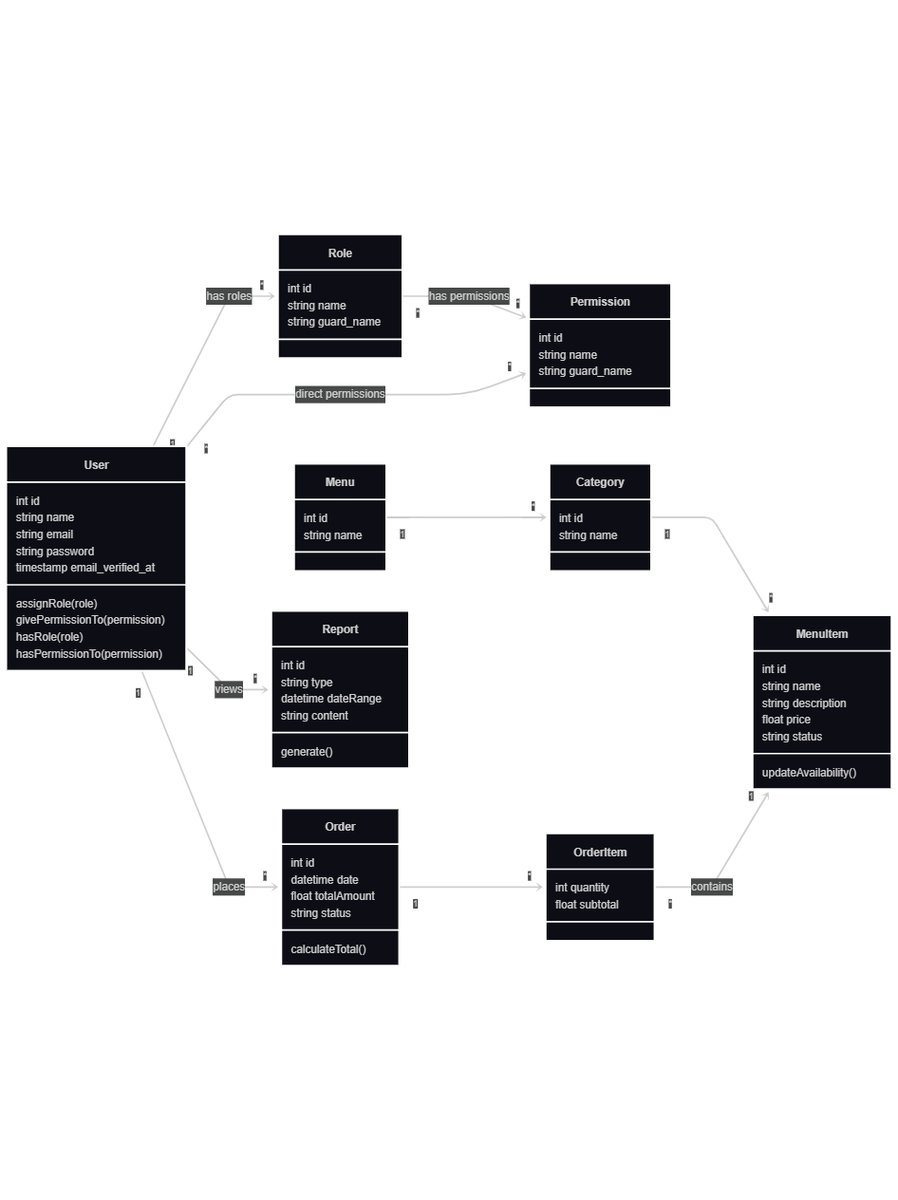
The Mermaid diagram Rapport/images/class_diagram.png in Med-Ouallou/projet-finale-PFF, before a commit. Its source is kept beside it as Analyse/Class_Diagram/class_diagram.mmd.
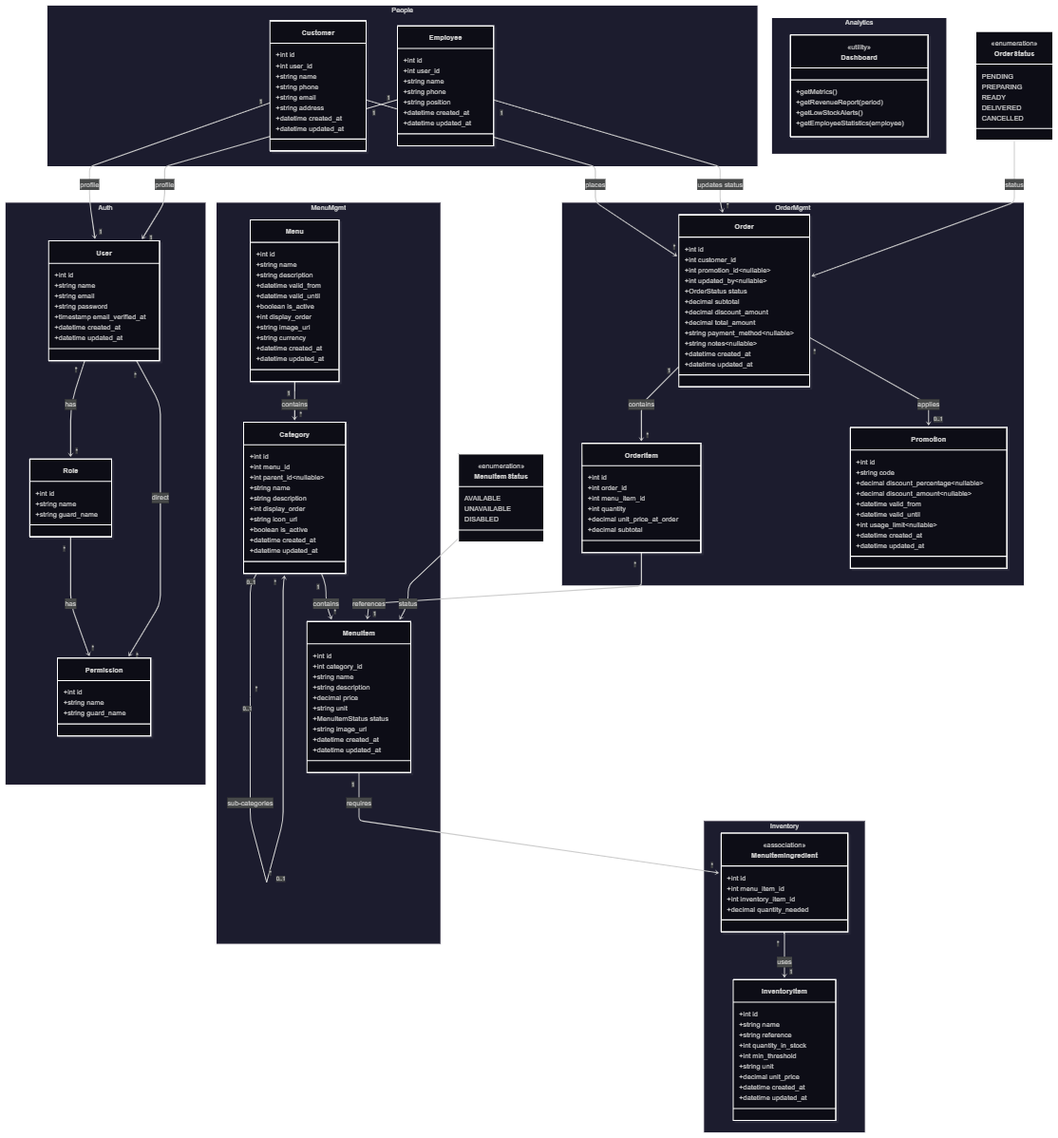
The same diagram one commit later.

Commit message:
docs: add class diagram and corresponding source file to project documentation

The edit, as a diff of the source:
```diff
@@ -1,139 +1,209 @@
 classDiagram
-    direction LR
+    direction TB
 
-    class Customer {
-        +int id
-        +string name
-        +string phone
-        +string email
-        +string address
-        +datetime created_at
-        +placeOrder()
-        +viewOrderHistory()
-        +cancelOrder()
+
+    class MenuItemStatus {
+        <<enumeration>>
+        AVAILABLE
+        UNAVAILABLE
+        DISABLED
     }
 
-    class Role {
-        +int id
-        +string name
-        +string guard_name
+    class OrderStatus {
+        <<enumeration>>
+        PENDING
+        PREPARING
+        READY
+        DELIVERED
+        CANCELLED
     }
 
-    class Permission {
-        +int id
-        +string name
-        +string guard_name
+
+    namespace Auth {
+        class User {
+            +int id
+            +string name
+            +string email
+            +string password
+            +timestamp email_verified_at
+            +datetime created_at
+            +datetime updated_at
+        }
+
+        class Role {
+            +int id
+            +string name
+            +string guard_name
+        }
+
+        class Permission {
+            +int id
+            +string name
+            +string guard_name
+        }
     }
 
-    class User {
-        +int id
-        +string name
-        +string email
-        +string password
-        +timestamp email_verified_at
-        +assignRole(role)
-        +givePermissionTo(permission)
-        +hasRole(role)
-        +hasPermissionTo(permission)
+
+    namespace People {
+        class Customer {
+            +int id
+            +int user_id
+            +string name
+            +string phone
+            +string email
+            +string address
+            +datetime created_at
+            +datetime updated_at
+        }
+
+        class Employee {
+            +int id
+            +int user_id
+            +string name
+            +string phone
+            +string position
+            +datetime created_at
+            +datetime updated_at
+        }
     }
 
-    class Menu {
-        +int id
-        +string name                  // "Main Menu", "Drinks", "Brunch", "Seasonal"
-        +string description
-        +datetime valid_from
-        +datetime valid_until
-        +boolean is_active
-        +int display_order
-        +string image_url
-        +string currency              // "MAD", "EUR", ...
+
+    namespace MenuMgmt {
+        class Menu {
+            +int id
+            +string name
+            +string description
+            +datetime valid_from
+            +datetime valid_until
+            +boolean is_active
+            +int display_order
+            +string image_url
+            +string currency
+            +datetime created_at
+            +datetime updated_at
+        }
+
+        class Category {
+            +int id
+            +int menu_id
+            +int parent_id~nullable~
+            +string name
+            +string description
+            +int display_order
+            +string icon_url
+            +boolean is_active
+            +datetime created_at
+            +datetime updated_at
+        }
+
+        class MenuItem {
+            +int id
+            +int category_id
+            +string name
+            +string description
+            +decimal price
+            +string unit
+            +MenuItemStatus status
+            +string image_url
+            +datetime created_at
+            +datetime updated_at
+        }
     }
 
-    class Category {
-        +int id
-        +int menu_id                  // foreign key to Menu
-        +string name                  // "Starters", "Main Courses", "Desserts", "Beverages"
-        +string description
-        +int parent_id                // for sub-categories
-        +int display_order
-        +string icon_url
-        +boolean is_active
+
+    namespace Inventory {
+        class InventoryItem {
+            +int id
+            +string name
+            +string reference
+            +int quantity_in_stock
+            +int min_threshold
+            +string unit
+            +decimal unit_price
+            +datetime created_at
+            +datetime updated_at
+        }
+
+        class MenuItemIngredient {
+            <<association>>
+            +int id
+            +int menu_item_id
+            +int inventory_item_id
+            +decimal quantity_needed
+        }
     }
 
-    class MenuItem {
-        +int id
-        +int category_id
-        +string name
-        +string description
-        +float price
-        +string unit                  // "piece", "portion", "glass", "bottle"...
-        +string status                // available / unavailable / out-of-stock / seasonal
-        +string image_url
-        +updateAvailability()
-        +getCurrentPrice()
+
+    namespace OrderMgmt {
+        class Order {
+            +int id
+            +int customer_id
+            +int promotion_id~nullable~
+            +int updated_by~nullable~
+            +OrderStatus status
+            +decimal subtotal
+            +decimal discount_amount
+            +decimal total_amount
+            +string payment_method~nullable~
+            +string notes~nullable~
+            +datetime created_at
+            +datetime updated_at
+        }
+
+        class OrderItem {
+            +int id
+            +int order_id
+            +int menu_item_id
+            +int quantity
+            +decimal unit_price_at_order
+            +decimal subtotal
+        }
+
+        class Promotion {
+            +int id
+            +string code
+            +decimal discount_percentage~nullable~
+            +decimal discount_amount~nullable~
+            +datetime valid_from
+            +datetime valid_until
+            +int usage_limit~nullable~
+            +datetime created_at
+            +datetime updated_at
+        }
     }
 
-    class InventoryItem {
-        +int id
-        +string name
-        +string reference
-        +int quantity_in_stock
-        +int min_threshold
-        +string unit
-        +float unit_price
-        +updateQuantity(delta)
-        +isLowStock()
+
+    namespace Analytics {
+        class Dashboard {
+            <<utility>>
+            +getMetrics()
+            +getRevenueReport(period)
+            +getLowStockAlerts()
+            +getEmployeeStatistics(employee)
+        }
     }
 
-    class Promotion {
-        +int id
-        +string code
-        +float discount_percentage
-        +float discount_amount
-        +datetime valid_from
-        +datetime valid_until
-        +int usage_limit
-        +apply(order)
-        +isValid()
-    }
 
-    class Order {
-        +int id
-        +int customer_id              // FK to Customer
-        +datetime created_at
-        +datetime updated_at
-        +float subtotal
-        +float discount_amount
-        +float total_amount
-        +string status                // pending, preparing, ready, served, paid, cancelled
-        +string payment_method
-        +string notes
-        +calculateTotal()
-        +applyPromotion(promotion)
-    }
+    User "*" --> "*" Role : has
+    Role "*" --> "*" Permission : has
+    User "*" --> "*" Permission : direct
 
-    class OrderItem {
-        +int order_id
-        +int menu_item_id
-        +int quantity
-        +float unit_price_at_order    // snapshot of price when ordered
-        +float subtotal
-    }
-
-    User "0..1" -- "0..1" Customer : authenticated/profile
-
-    Customer "1" --> "*" Order : places / creates
-
-    User "1" --> "*" Role : has
-    Role "*" --> "*" Permission : has
-    User "*" --> "*" Permission : direct permissions
+    Customer "1" --> "1" User : profile
+    Employee "1" --> "1" User : profile
 
     Menu "1" --> "*" Category : contains
+    Category "0..1" --> "*" Category : sub-categories
     Category "1" --> "*" MenuItem : contains
 
-    MenuItem "1" --> "*" InventoryItem : requires / uses
+    MenuItem "1" --> "*" MenuItemIngredient : requires
+    MenuItemIngredient "*" --> "1" InventoryItem : uses
 
+    Customer "1" --> "*" Order : places
+    Order "*" --> "0..1" Promotion : applies
     Order "1" --> "*" OrderItem : contains
-    OrderItem "*" --> "1" MenuItem : refers to
+    OrderItem "*" --> "1" MenuItem : references
 
-    Order "*" --> "0..1" Promotion : applies / uses
+    Employee "1" --> "*" Order : updates status
+
+    MenuItemStatus --> MenuItem : status
+    OrderStatus --> Order : status
```
